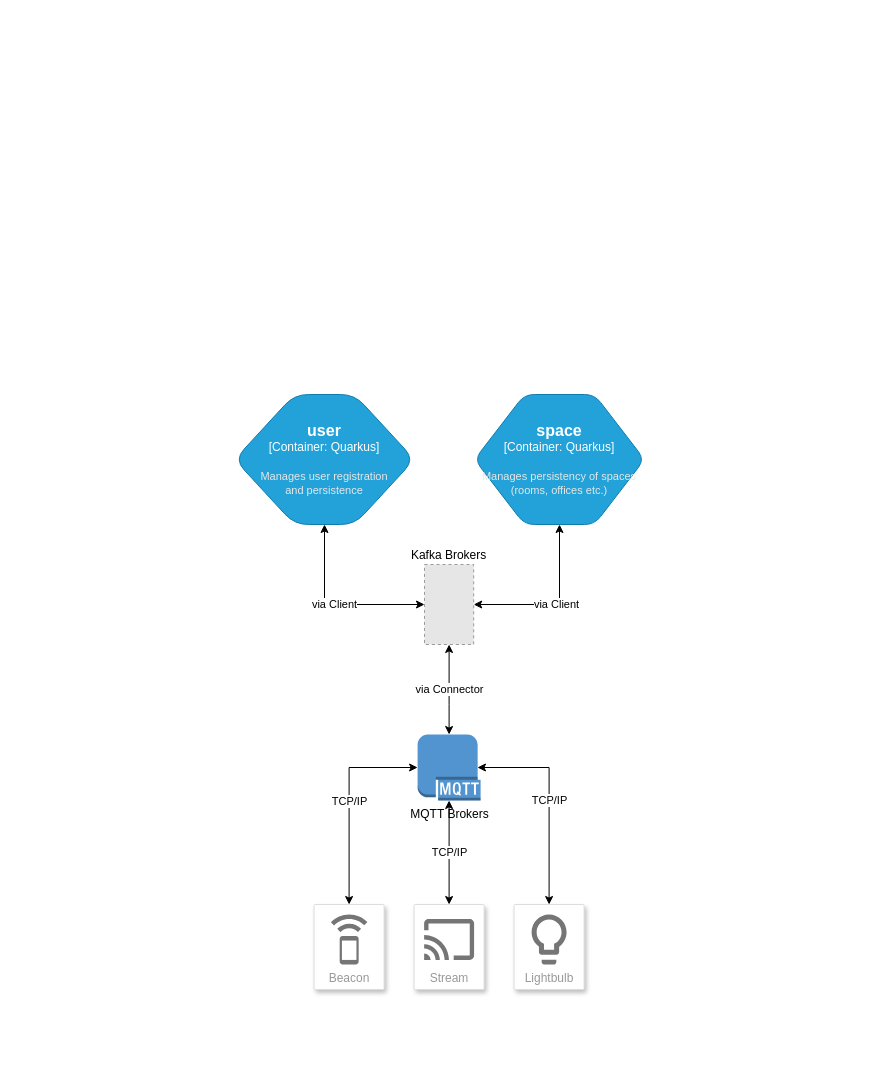
Earlier version of the draw.io diagram services/thingsaware_services_arc.drawio (erdigokce/thingsaware). Source tidied: cells renumbered, new cells numbered last; positions are measured from the earlier drawing's top-left corner, leaving out a move shared by most shapes. Both pictures are drawn from the tidied source at 100%, with x=0, y=0 at pixel (234, 394). Pictures stored in the file or linked from it are replaced by grey dashed boxes.
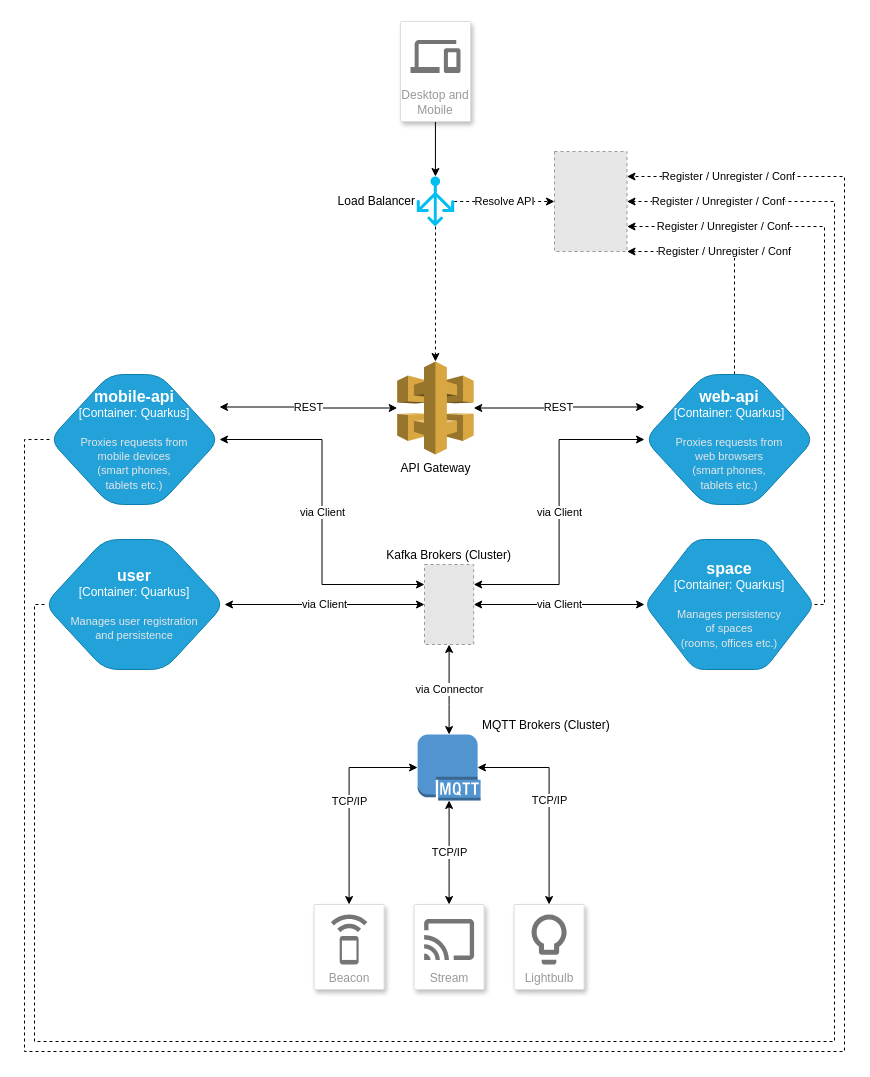
Above is the later version.

Change to the diagram source:
```diff
@@
+    <mxCell id="18" value="Register / Unregister / Conf" style="edgeStyle=orthogonalEdgeStyle;rounded=0;jettySize=auto;html=1;exitX=0;exitY=0.5;exitDx=0;exitDy=0;exitPerimeter=0;dashed=1;startArrow=none;startFill=0;entryX=1;entryY=0.5;entryDx=0;entryDy=0;" parent="1" edge="1" source="3" target="32">
+      <mxGeometry x="0.92" relative="1" as="geometry">
+        <Array as="points">
+          <mxPoint x="-200" y="210" />
+          <mxPoint x="-200" y="647" />
+          <mxPoint x="600" y="647" />
+          <mxPoint x="600" y="-193" />
+        </Array>
+      </mxGeometry>
+    </mxCell>
     <object id="3" label="&lt;font style=&quot;font-size: 16px&quot;&gt;&lt;b&gt;%c4Type%&lt;/b&gt;&lt;/font&gt;&lt;div&gt;[%c4Container%:&amp;nbsp;%c4Technology%]&lt;/div&gt;&lt;br&gt;&lt;div&gt;&lt;font style=&quot;font-size: 11px&quot;&gt;&lt;font color=&quot;#E6E6E6&quot;&gt;%c4Description%&lt;/font&gt;&lt;/div&gt;" c4Container="Container" c4Description="Manages user registration&#10;and persistence" c4Technology="Quarkus" c4Type="user" placeholders="1">
       <mxCell style="shape=hexagon;size=60;perimeter=hexagonPerimeter2;whiteSpace=wrap;html=1;fixedSize=1;rounded=1;labelBackgroundColor=none;fillColor=#23A2D9;fontSize=12;fontColor=#ffffff;align=center;strokeColor=#0E7DAD;points=[[0.5,0,0],[1,0.25,0],[1,0.5,0],[1,0.75,0],[0.5,1,0],[0,0.75,0],[0,0.5,0],[0,0.25,0]];arcSize=28;" parent="1" vertex="1">
-        <mxGeometry width="180" height="130" as="geometry" />
+        <mxGeometry x="-190" y="145" width="180" height="130" as="geometry" />
       </mxCell>
     </object>
@@
+    <mxCell id="19" value="Register / Unregister / Conf" style="edgeStyle=orthogonalEdgeStyle;rounded=0;jettySize=auto;html=1;entryX=1;entryY=0.75;entryDx=0;entryDy=0;dashed=1;startArrow=none;startFill=0;" parent="1" edge="1" source="5" target="32">
+      <mxGeometry x="0.67" relative="1" as="geometry">
+        <Array as="points">
+          <mxPoint x="590" y="210" />
+          <mxPoint x="590" y="-168" />
+        </Array>
+      </mxGeometry>
+    </mxCell>
-    <object id="5" label="&lt;font style=&quot;font-size: 16px&quot;&gt;&lt;b&gt;%c4Type%&lt;/b&gt;&lt;/font&gt;&lt;div&gt;[%c4Container%:&amp;nbsp;%c4Technology%]&lt;/div&gt;&lt;br&gt;&lt;div&gt;&lt;font style=&quot;font-size: 11px&quot;&gt;&lt;font color=&quot;#E6E6E6&quot;&gt;%c4Description%&lt;/font&gt;&lt;/div&gt;" c4Container="Container" c4Description="Manages persistency of spaces&#10;(rooms, offices etc.)" c4Technology="Quarkus" c4Type="space" placeholders="1">
+    <object id="5" label="&lt;font style=&quot;font-size: 16px&quot;&gt;&lt;b&gt;%c4Type%&lt;/b&gt;&lt;/font&gt;&lt;div&gt;[%c4Container%:&amp;nbsp;%c4Technology%]&lt;/div&gt;&lt;br&gt;&lt;div&gt;&lt;font style=&quot;font-size: 11px&quot;&gt;&lt;font color=&quot;#E6E6E6&quot;&gt;%c4Description%&lt;/font&gt;&lt;/div&gt;" c4Container="Container" c4Description="Manages persistency&#10;of spaces&#10;(rooms, offices etc.)" c4Technology="Quarkus" c4Type="space" placeholders="1">
       <mxCell style="shape=hexagon;size=50;perimeter=hexagonPerimeter2;whiteSpace=wrap;html=1;fixedSize=1;rounded=1;labelBackgroundColor=none;fillColor=#23A2D9;fontSize=12;fontColor=#ffffff;align=center;strokeColor=#0E7DAD;points=[[0.5,0,0],[1,0.25,0],[1,0.5,0],[1,0.75,0],[0.5,1,0],[0,0.75,0],[0,0.5,0],[0,0.25,0]];" parent="1" vertex="1">
-        <mxGeometry x="240" width="170" height="130" as="geometry" />
+        <mxGeometry x="410" y="145" width="170" height="130" as="geometry" />
       </mxCell>
     </object>
-    <mxCell id="6" value="Kafka Brokers" style="fillColor=#E6E6E6;strokeColor=#999999;dashed=1;verticalLabelPosition=top;labelBackgroundColor=default;verticalAlign=bottom;labelPosition=center;align=center;" parent="1" vertex="1">
+    <mxCell id="6" value="Kafka Brokers (Cluster)" style="fillColor=#E6E6E6;strokeColor=#999999;dashed=1;verticalLabelPosition=top;labelBackgroundColor=default;verticalAlign=bottom;labelPosition=center;align=center;" parent="1" vertex="1">
       <mxGeometry x="190" y="170" width="49.2" height="80" as="geometry" />
     </mxCell>
@@
-    <mxCell id="8" value="MQTT Brokers" style="outlineConnect=0;dashed=0;verticalLabelPosition=bottom;verticalAlign=top;align=center;html=1;shape=mxgraph.aws3.mqtt_protocol;fillColor=#5294CF;gradientColor=none;" parent="1" vertex="1">
+    <mxCell id="8" value="MQTT Brokers (Cluster)" style="outlineConnect=0;dashed=0;verticalLabelPosition=top;verticalAlign=bottom;align=left;html=1;shape=mxgraph.aws3.mqtt_protocol;fillColor=#5294CF;gradientColor=none;labelPosition=right;" parent="1" vertex="1">
       <mxGeometry x="183.1" y="340" width="63" height="66" as="geometry" />
     </mxCell>
@@
+    <mxCell id="20" value="via Client" style="edgeStyle=orthogonalEdgeStyle;rounded=0;jettySize=auto;html=1;entryX=0;entryY=0.25;entryDx=0;entryDy=0;startArrow=classic;startFill=1;" parent="1" edge="1" source="22" target="6">
+      <mxGeometry relative="1" as="geometry" />
+    </mxCell>
+    <mxCell id="21" value="&lt;span style=&quot;color: rgb(0, 0, 0); font-family: Helvetica; font-size: 11px; font-style: normal; font-variant-ligatures: normal; font-variant-caps: normal; font-weight: 400; letter-spacing: normal; orphans: 2; text-align: center; text-indent: 0px; text-transform: none; widows: 2; word-spacing: 0px; -webkit-text-stroke-width: 0px; background-color: rgb(255, 255, 255); text-decoration-thickness: initial; text-decoration-style: initial; text-decoration-color: initial; float: none; display: inline !important;&quot;&gt;Register / Unregister / Conf&lt;/span&gt;" style="edgeStyle=orthogonalEdgeStyle;rounded=0;jettySize=auto;html=1;entryX=1;entryY=0.25;entryDx=0;entryDy=0;dashed=1;startArrow=none;startFill=0;" parent="1" edge="1" source="22" target="32">
+      <mxGeometry x="0.92" relative="1" as="geometry">
+        <Array as="points">
+          <mxPoint x="-210" y="45" />
+          <mxPoint x="-210" y="657" />
+          <mxPoint x="610" y="657" />
+          <mxPoint x="610" y="-218" />
+        </Array>
+      </mxGeometry>
+    </mxCell>
+    <object id="22" label="&lt;font style=&quot;font-size: 16px&quot;&gt;&lt;b&gt;%c4Type%&lt;/b&gt;&lt;/font&gt;&lt;div&gt;[%c4Container%:&amp;nbsp;%c4Technology%]&lt;/div&gt;&lt;br&gt;&lt;div&gt;&lt;font style=&quot;font-size: 11px&quot;&gt;&lt;font color=&quot;#E6E6E6&quot;&gt;%c4Description%&lt;/font&gt;&lt;/div&gt;" c4Container="Container" c4Description="Proxies requests from &#10;mobile devices&#10;(smart phones, &#10;tablets etc.)" c4Technology="Quarkus" c4Type="mobile-api" placeholders="1">
+      <mxCell style="shape=hexagon;size=60;perimeter=hexagonPerimeter2;whiteSpace=wrap;html=1;fixedSize=1;rounded=1;labelBackgroundColor=none;fillColor=#23A2D9;fontSize=12;fontColor=#ffffff;align=center;strokeColor=#0E7DAD;points=[[0.5,0,0],[1,0.25,0],[1,0.5,0],[1,0.75,0],[0.5,1,0],[0,0.75,0],[0,0.5,0],[0,0.25,0]];arcSize=28;" parent="1" vertex="1">
+        <mxGeometry x="-185" y="-20" width="170" height="130" as="geometry" />
+      </mxCell>
+    </object>
+    <mxCell id="23" value="via Client" style="edgeStyle=orthogonalEdgeStyle;rounded=0;jettySize=auto;html=1;entryX=1;entryY=0.25;entryDx=0;entryDy=0;startArrow=classic;startFill=1;" parent="1" edge="1" source="25" target="6">
+      <mxGeometry relative="1" as="geometry" />
+    </mxCell>
+    <mxCell id="24" value="Register / Unregister / Conf" style="edgeStyle=orthogonalEdgeStyle;rounded=0;jettySize=auto;html=1;entryX=1;entryY=1;entryDx=0;entryDy=0;startArrow=none;startFill=0;dashed=1;" parent="1" edge="1" source="25" target="32">
+      <mxGeometry x="0.15" relative="1" as="geometry">
+        <Array as="points">
+          <mxPoint x="500" y="-143" />
+        </Array>
+      </mxGeometry>
+    </mxCell>
+    <object id="25" label="&lt;font style=&quot;font-size: 16px&quot;&gt;&lt;b&gt;%c4Type%&lt;/b&gt;&lt;/font&gt;&lt;div&gt;[%c4Container%:&amp;nbsp;%c4Technology%]&lt;/div&gt;&lt;br&gt;&lt;div&gt;&lt;font style=&quot;font-size: 11px&quot;&gt;&lt;font color=&quot;#E6E6E6&quot;&gt;%c4Description%&lt;/font&gt;&lt;/div&gt;" c4Container="Container" c4Description="Proxies requests from &#10;web browsers&#10;(smart phones, &#10;tablets etc.)" c4Technology="Quarkus" c4Type="web-api" placeholders="1">
+      <mxCell style="shape=hexagon;size=60;perimeter=hexagonPerimeter2;whiteSpace=wrap;html=1;fixedSize=1;rounded=1;labelBackgroundColor=none;fillColor=#23A2D9;fontSize=12;fontColor=#ffffff;align=center;strokeColor=#0E7DAD;points=[[0.5,0,0],[1,0.25,0],[1,0.5,0],[1,0.75,0],[0.5,1,0],[0,0.75,0],[0,0.5,0],[0,0.25,0]];arcSize=28;" parent="1" vertex="1">
+        <mxGeometry x="410" y="-20" width="170" height="130" as="geometry" />
+      </mxCell>
+    </object>
+    <mxCell id="26" value="REST" style="edgeStyle=orthogonalEdgeStyle;rounded=0;jettySize=auto;html=1;entryX=0;entryY=0.25;entryDx=0;entryDy=0;entryPerimeter=0;startArrow=classic;startFill=1;" parent="1" edge="1" source="28" target="25">
+      <mxGeometry relative="1" as="geometry" />
+    </mxCell>
+    <mxCell id="27" value="REST" style="edgeStyle=orthogonalEdgeStyle;rounded=0;jettySize=auto;html=1;entryX=1;entryY=0.25;entryDx=0;entryDy=0;entryPerimeter=0;startArrow=classic;startFill=1;" parent="1" edge="1" source="28" target="22">
+      <mxGeometry relative="1" as="geometry" />
+    </mxCell>
+    <mxCell id="28" value="API Gateway" style="outlineConnect=0;dashed=0;verticalLabelPosition=bottom;verticalAlign=top;align=center;html=1;shape=mxgraph.aws3.api_gateway;fillColor=#D9A741;gradientColor=none;" parent="1" vertex="1">
+      <mxGeometry x="162.7" y="-33" width="76.5" height="93" as="geometry" />
+    </mxCell>
+    <mxCell id="29" style="edgeStyle=orthogonalEdgeStyle;rounded=0;jettySize=auto;html=1;entryX=0.5;entryY=0;entryDx=0;entryDy=0;entryPerimeter=0;startArrow=none;startFill=0;" parent="1" edge="1" source="30" target="35">
+      <mxGeometry relative="1" as="geometry" />
+    </mxCell>
+    <mxCell id="30" value="Desktop and Mobile" style="strokeColor=#dddddd;shadow=1;strokeWidth=1;rounded=1;absoluteArcSize=1;arcSize=2;labelPosition=center;verticalLabelPosition=middle;align=center;verticalAlign=bottom;spacingLeft=0;fontColor=#999999;fontSize=12;whiteSpace=wrap;spacingBottom=2;" parent="1" vertex="1">
+      <mxGeometry x="166" y="-373" width="70" height="100" as="geometry" />
+    </mxCell>
+    <mxCell id="31" style="sketch=0;dashed=0;html=1;fillColor=#757575;strokeColor=none;shape=mxgraph.gcp2.desktop_and_mobile;" parent="30" vertex="1">
+      <mxGeometry x="0.5" width="50" height="33" relative="1" as="geometry">
+        <mxPoint x="-25" y="18.5" as="offset" />
+      </mxGeometry>
+    </mxCell>
+    <mxCell id="32" style="fillColor=#E6E6E6;strokeColor=#999999;dashed=1;verticalLabelPosition=bottom;labelBackgroundColor=default;verticalAlign=top;" parent="1" vertex="1">
+      <mxGeometry x="320" y="-243" width="72.5" height="100" as="geometry" />
+    </mxCell>
+    <mxCell id="33" value="Resolve API" style="edgeStyle=orthogonalEdgeStyle;rounded=0;jettySize=auto;html=1;entryX=0;entryY=0.5;entryDx=0;entryDy=0;dashed=1;startArrow=none;startFill=0;" parent="1" edge="1" source="35" target="32">
+      <mxGeometry relative="1" as="geometry" />
+    </mxCell>
+    <mxCell id="34" style="edgeStyle=orthogonalEdgeStyle;rounded=0;jettySize=auto;html=1;entryX=0.5;entryY=0;entryDx=0;entryDy=0;entryPerimeter=0;dashed=1;startArrow=none;startFill=0;" parent="1" edge="1" source="35" target="28">
+      <mxGeometry relative="1" as="geometry" />
+    </mxCell>
+    <mxCell id="35" value="Load Balancer" style="verticalLabelPosition=middle;html=1;verticalAlign=middle;align=right;strokeColor=none;fillColor=#00BEF2;shape=mxgraph.azure.load_balancer_generic;labelPosition=left;" parent="1" vertex="1">
+      <mxGeometry x="182.2" y="-218" width="37.5" height="50" as="geometry" />
+    </mxCell>
```
